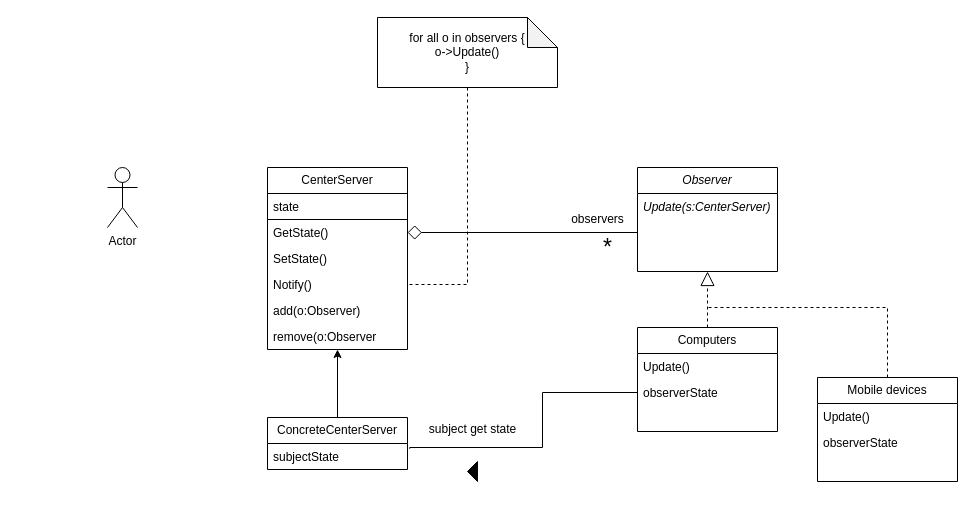
Above: Assignment3_CSE4361.drawio in VoHoAnhTuan/Diagrams (draw.io), before the change. Source tidied: cells renumbered, new cells numbered last; positions are measured from the earlier drawing's top-left corner, leaving out a move shared by most shapes. Both pictures are drawn from the tidied source at 100%, with x=0, y=0 at pixel (107, 17).
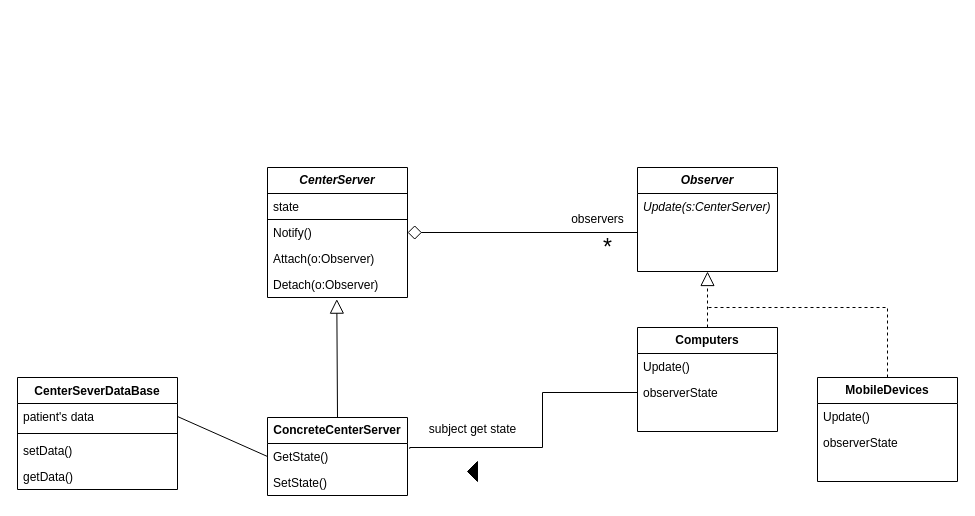
After the change.

The change refers to these unchanged cells:
```xml
<mxCell id="14" value="&amp;nbsp;" style="text;strokeColor=none;fillColor=none;align=left;verticalAlign=top;spacingLeft=4;spacingRight=4;overflow=hidden;points=[[0,0.5],[1,0.5]];portConstraint=eastwest;whiteSpace=wrap;html=1;" parent="12" vertex="1">
  <mxGeometry y="52" width="140" height="26" as="geometry" />
</mxCell>
<mxCell id="18" value="observerState" style="text;strokeColor=none;fillColor=none;align=left;verticalAlign=top;spacingLeft=4;spacingRight=4;overflow=hidden;points=[[0,0.5],[1,0.5]];portConstraint=eastwest;whiteSpace=wrap;html=1;" parent="16" vertex="1">
  <mxGeometry y="52" width="140" height="26" as="geometry" />
</mxCell>
```

Diff of the diagram source:
```diff
@@
-    <mxCell id="2" value="&lt;div&gt;CenterServer&lt;/div&gt;" style="swimlane;fontStyle=0;horizontal=1;startSize=26;fillColor=none;whiteSpace=wrap;html=1;" parent="1" vertex="1">
-      <mxGeometry x="160" y="150" width="140" height="182" as="geometry" />
+    <mxCell id="2" value="&lt;div&gt;&lt;b&gt;&lt;i&gt;CenterServer&lt;/i&gt;&lt;/b&gt;&lt;/div&gt;" style="swimlane;fontStyle=0;horizontal=1;startSize=26;fillColor=none;whiteSpace=wrap;html=1;" parent="1" vertex="1">
+      <mxGeometry x="160" y="150" width="140" height="130" as="geometry" />
     </mxCell>
@@
-    <mxCell id="4" value="GetState()" style="text;strokeColor=none;fillColor=none;align=left;verticalAlign=top;spacingLeft=4;spacingRight=4;overflow=hidden;points=[[0,0.5],[1,0.5]];portConstraint=eastwest;whiteSpace=wrap;html=1;" parent="2" vertex="1">
-      <mxGeometry y="52" width="140" height="26" as="geometry" />
-    </mxCell>
-    <mxCell id="5" value="SetState()" style="text;strokeColor=none;fillColor=none;align=left;verticalAlign=top;spacingLeft=4;spacingRight=4;overflow=hidden;whiteSpace=wrap;html=1;" parent="2" vertex="1">
-      <mxGeometry y="78" width="140" height="26" as="geometry" />
-    </mxCell>
     <mxCell id="6" value="Notify()" style="text;strokeColor=none;fillColor=none;align=left;verticalAlign=top;spacingLeft=4;spacingRight=4;overflow=hidden;points=[[0,0.5],[1,0.5]];portConstraint=eastwest;whiteSpace=wrap;html=1;" parent="2" vertex="1">
-      <mxGeometry y="104" width="140" height="26" as="geometry" />
+      <mxGeometry y="52" width="140" height="26" as="geometry" />
     </mxCell>
-    <mxCell id="7" value="&lt;div&gt;add(o:Observer)&lt;/div&gt;&lt;div&gt;&lt;br&gt;&lt;/div&gt;" style="text;strokeColor=none;fillColor=none;align=left;verticalAlign=top;spacingLeft=4;spacingRight=4;overflow=hidden;whiteSpace=wrap;html=1;" parent="2" vertex="1">
-      <mxGeometry y="130" width="140" height="26" as="geometry" />
+    <mxCell id="7" value="&lt;div&gt;Attach(o:Observer)&lt;/div&gt;&lt;div&gt;&lt;br&gt;&lt;/div&gt;" style="text;strokeColor=none;fillColor=none;align=left;verticalAlign=top;spacingLeft=4;spacingRight=4;overflow=hidden;whiteSpace=wrap;html=1;" parent="2" vertex="1">
+      <mxGeometry y="78" width="140" height="26" as="geometry" />
     </mxCell>
-    <mxCell id="8" value="remove(o:Observer" style="text;strokeColor=none;fillColor=none;align=left;verticalAlign=top;spacingLeft=4;spacingRight=4;overflow=hidden;points=[[0,0.5],[1,0.5]];portConstraint=eastwest;whiteSpace=wrap;html=1;" parent="2" vertex="1">
-      <mxGeometry y="156" width="140" height="26" as="geometry" />
+    <mxCell id="8" value="Detach(o:Observer)" style="text;strokeColor=none;fillColor=none;align=left;verticalAlign=top;spacingLeft=4;spacingRight=4;overflow=hidden;points=[[0,0.5],[1,0.5]];portConstraint=eastwest;whiteSpace=wrap;html=1;" parent="2" vertex="1">
+      <mxGeometry y="104" width="140" height="26" as="geometry" />
     </mxCell>
-    <mxCell id="9" style="edgeStyle=orthogonalEdgeStyle;rounded=0;jettySize=auto;html=1;exitX=0.5;exitY=0;exitDx=0;exitDy=0;entryX=0.5;entryY=1;entryDx=0;entryDy=0;" parent="1" edge="1" source="10" target="2">
-      <mxGeometry relative="1" as="geometry" />
-    </mxCell>
-    <mxCell id="10" value="ConcreteCenterServer" style="swimlane;fontStyle=0;horizontal=1;startSize=26;fillColor=none;whiteSpace=wrap;html=1;" parent="1" vertex="1">
-      <mxGeometry x="160" y="400" width="140" height="52" as="geometry" />
+    <mxCell id="10" value="&lt;b&gt;ConcreteCenterServer&lt;/b&gt;" style="swimlane;fontStyle=0;horizontal=1;startSize=26;fillColor=none;whiteSpace=wrap;html=1;" parent="1" vertex="1">
+      <mxGeometry x="160" y="400" width="140" height="78" as="geometry" />
     </mxCell>
-    <mxCell id="11" value="subjectState" style="text;strokeColor=none;fillColor=none;align=left;verticalAlign=top;spacingLeft=4;spacingRight=4;overflow=hidden;points=[[0,0.5],[1,0.5]];portConstraint=eastwest;whiteSpace=wrap;html=1;" parent="10" vertex="1">
-      <mxGeometry y="26" width="140" height="26" as="geometry" />
-    </mxCell>
+    <mxCell id="4" value="GetState()" style="text;strokeColor=none;fillColor=none;align=left;verticalAlign=top;spacingLeft=4;spacingRight=4;overflow=hidden;points=[[0,0.5],[1,0.5]];portConstraint=eastwest;whiteSpace=wrap;html=1;" parent="10" vertex="1">
+      <mxGeometry y="26" width="140" height="26" as="geometry" />
+    </mxCell>
+    <mxCell id="5" value="SetState()" style="text;strokeColor=none;fillColor=none;align=left;verticalAlign=top;spacingLeft=4;spacingRight=4;overflow=hidden;whiteSpace=wrap;html=1;" parent="10" vertex="1">
+      <mxGeometry y="52" width="140" height="26" as="geometry" />
+    </mxCell>
-    <mxCell id="12" value="&lt;i&gt;Observer&lt;/i&gt;" style="swimlane;fontStyle=0;horizontal=1;startSize=26;fillColor=none;whiteSpace=wrap;html=1;" parent="1" vertex="1">
+    <mxCell id="12" value="&lt;b&gt;&lt;i&gt;Observer&lt;/i&gt;&lt;/b&gt;" style="swimlane;fontStyle=0;horizontal=1;startSize=26;fillColor=none;whiteSpace=wrap;html=1;" parent="1" vertex="1">
       <mxGeometry x="530" y="150" width="140" height="104" as="geometry" />
     </mxCell>
@@
-    <mxCell id="16" value="Computers" style="swimlane;fontStyle=0;horizontal=1;startSize=26;fillColor=none;whiteSpace=wrap;html=1;" parent="1" vertex="1">
+    <mxCell id="16" value="&lt;b&gt;Computers&lt;/b&gt;" style="swimlane;fontStyle=0;horizontal=1;startSize=26;fillColor=none;whiteSpace=wrap;html=1;" parent="1" vertex="1">
       <mxGeometry x="530" y="310" width="140" height="104" as="geometry" />
     </mxCell>
@@
-    <mxCell id="20" value="Actor" style="shape=umlActor;verticalLabelPosition=bottom;verticalAlign=top;html=1;" parent="1" vertex="1">
-      <mxGeometry y="150" width="30" height="60" as="geometry" />
-    </mxCell>
@@
-    <mxCell id="22" value="Mobile devices" style="swimlane;fontStyle=0;horizontal=1;startSize=26;fillColor=none;whiteSpace=wrap;html=1;" parent="1" vertex="1">
+    <mxCell id="22" value="&lt;b&gt;MobileDevices&lt;/b&gt;" style="swimlane;fontStyle=0;horizontal=1;startSize=26;fillColor=none;whiteSpace=wrap;html=1;" parent="1" vertex="1">
       <mxGeometry x="710" y="360" width="140" height="104" as="geometry" />
     </mxCell>
@@
-    <mxCell id="27" style="edgeStyle=orthogonalEdgeStyle;rounded=0;jettySize=auto;html=1;exitX=0.5;exitY=1;exitDx=0;exitDy=0;exitPerimeter=0;dashed=1;endArrow=none;endFill=0;" parent="1" edge="1" source="28" target="6">
-      <mxGeometry relative="1" as="geometry" />
-    </mxCell>
-    <mxCell id="28" value="&lt;div align=&quot;center&quot;&gt;for all o in observers {&lt;/div&gt;&lt;div align=&quot;center&quot;&gt;o-&amp;gt;Update()&lt;/div&gt;&lt;div align=&quot;center&quot;&gt;}&lt;br&gt;&lt;/div&gt;" style="shape=note;whiteSpace=wrap;html=1;backgroundOutline=1;darkOpacity=0.05;align=center;" parent="1" vertex="1">
-      <mxGeometry x="270" width="180" height="70" as="geometry" />
-    </mxCell>
@@
-    <mxCell id="30" style="edgeStyle=orthogonalEdgeStyle;rounded=0;jettySize=auto;html=1;exitX=0;exitY=0.5;exitDx=0;exitDy=0;endArrow=none;endFill=0;entryX=1.016;entryY=0.204;entryDx=0;entryDy=0;entryPerimeter=0;" parent="1" edge="1" source="18" target="11">
+    <mxCell id="30" style="edgeStyle=orthogonalEdgeStyle;rounded=0;jettySize=auto;html=1;exitX=0;exitY=0.5;exitDx=0;exitDy=0;endArrow=none;endFill=0;entryX=1.016;entryY=0.204;entryDx=0;entryDy=0;entryPerimeter=0;" parent="1" edge="1" source="18">
       <mxGeometry relative="1" as="geometry">
+        <mxPoint x="302.2" y="431.3" as="targetPoint" />
         <Array as="points">
           <mxPoint x="435" y="375" />
           <mxPoint x="435" y="430" />
           <mxPoint x="302" y="430" />
         </Array>
       </mxGeometry>
     </mxCell>
@@
-    <mxCell id="33" style="endArrow=diamond;endFill=0;endSize=12;html=1;rounded=0;entryX=1;entryY=0.5;entryDx=0;entryDy=0;exitX=0;exitY=0.5;exitDx=0;exitDy=0;edgeStyle=orthogonalEdgeStyle;" parent="1" edge="1" source="14" target="4">
+    <mxCell id="33" style="endArrow=diamond;endFill=0;endSize=12;html=1;rounded=0;entryX=1;entryY=0.5;entryDx=0;entryDy=0;exitX=0;exitY=0.5;exitDx=0;exitDy=0;edgeStyle=orthogonalEdgeStyle;" parent="1" edge="1" source="14" target="6">
       <mxGeometry relative="1" as="geometry" />
     </mxCell>
@@
+    <mxCell id="35" style="endArrow=block;endFill=0;endSize=12;html=1;rounded=0;entryX=0.495;entryY=1.063;entryDx=0;entryDy=0;entryPerimeter=0;exitX=0.5;exitY=0;exitDx=0;exitDy=0;" parent="1" edge="1" source="10" target="8">
+      <mxGeometry relative="1" as="geometry" />
+    </mxCell>
+    <mxCell id="36" value="CenterSeverDataBase" style="swimlane;fontStyle=1;align=center;verticalAlign=top;horizontal=1;startSize=26;whiteSpace=wrap;html=1;" parent="1" vertex="1">
+      <mxGeometry x="-90" y="360" width="160" height="112" as="geometry" />
+    </mxCell>
+    <mxCell id="37" value="patient's data" style="text;strokeColor=none;fillColor=none;align=left;verticalAlign=top;spacingLeft=4;spacingRight=4;overflow=hidden;points=[[0,0.5],[1,0.5]];portConstraint=eastwest;whiteSpace=wrap;html=1;" parent="36" vertex="1">
+      <mxGeometry y="26" width="160" height="26" as="geometry" />
+    </mxCell>
+    <mxCell id="38" style="line;strokeWidth=1;fillColor=none;align=left;verticalAlign=middle;spacingTop=-1;spacingLeft=3;spacingRight=3;labelPosition=right;strokeColor=inherit;" parent="36" vertex="1">
+      <mxGeometry y="52" width="160" height="8" as="geometry" />
+    </mxCell>
+    <mxCell id="39" value="&lt;div&gt;setData()&lt;/div&gt;" style="text;strokeColor=none;fillColor=none;align=left;verticalAlign=top;spacingLeft=4;spacingRight=4;overflow=hidden;whiteSpace=wrap;html=1;" parent="36" vertex="1">
+      <mxGeometry y="60" width="160" height="26" as="geometry" />
+    </mxCell>
+    <mxCell id="40" value="getData()" style="text;strokeColor=none;fillColor=none;align=left;verticalAlign=top;spacingLeft=4;spacingRight=4;overflow=hidden;whiteSpace=wrap;html=1;" parent="36" vertex="1">
+      <mxGeometry y="86" width="160" height="26" as="geometry" />
+    </mxCell>
+    <mxCell id="41" style="endArrow=none;endFill=0;endSize=12;html=1;rounded=0;exitX=0;exitY=0.5;exitDx=0;exitDy=0;entryX=1;entryY=0.5;entryDx=0;entryDy=0;" parent="1" edge="1" source="10" target="37">
+      <mxGeometry relative="1" as="geometry" />
+    </mxCell>
```
